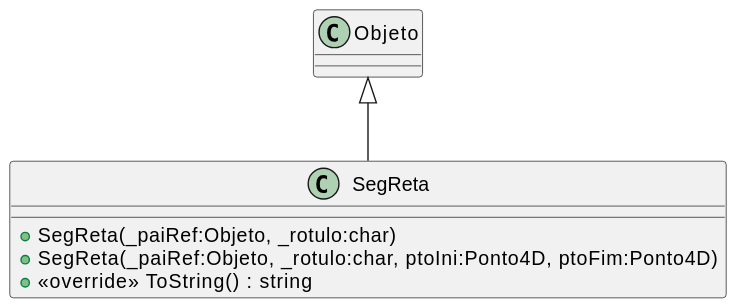
Above: svg/Unidade2/CG_N2_Exemplo/plantuml/SegReta.svg in majutestoni/disciplina_CG_2025_1 (PlantUML), before the change.
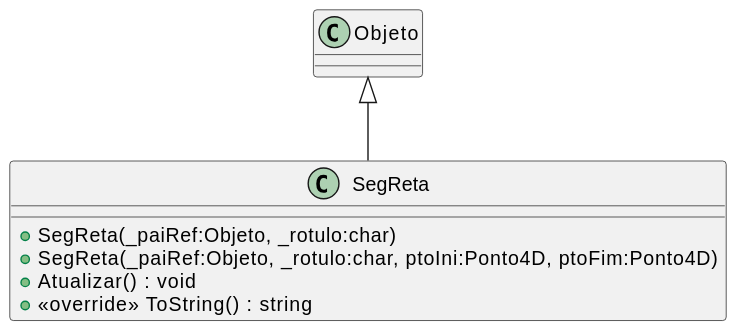
Above is the later version.

Diff of the diagram source:
```diff
@@ -2,6 +2,7 @@
 class SegReta {
     + SegReta(_paiRef:Objeto, _rotulo:char)
     + SegReta(_paiRef:Objeto, _rotulo:char, ptoIni:Ponto4D, ptoFim:Ponto4D)
+    + Atualizar() : void
     + <<override>> ToString() : string
 }
 Objeto <|-- SegReta
```
